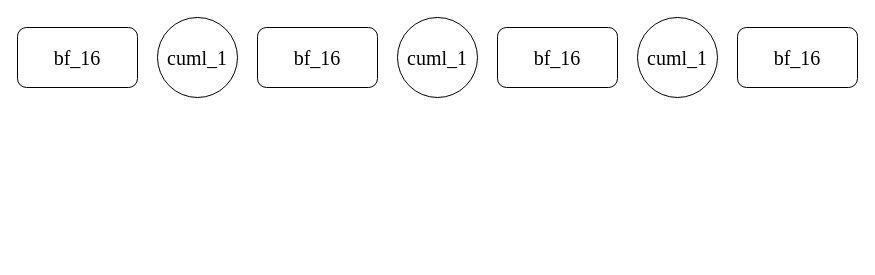
The draw.io diagram 未命名绘图.drawio in ALpht/16_FFT, before the edit. Source tidied: cells renumbered, new cells numbered last; positions are measured from the earlier drawing's top-left corner, leaving out a move shared by most shapes. Both pictures are drawn from the tidied source at 100%, with x=0, y=0 at pixel (17, 17).
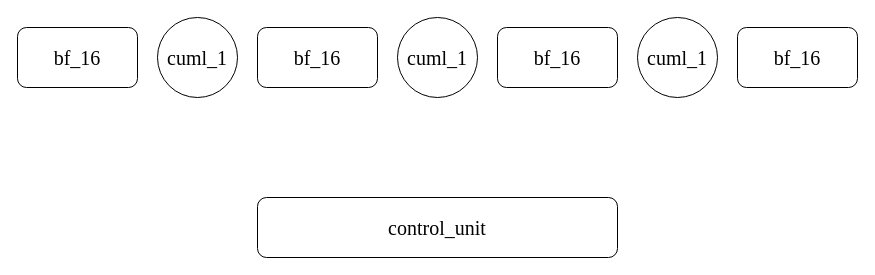
The same page after the edit.

Change to the diagram source:
```diff
@@
 <mxGraphModel>
   <root>
     <mxCell id="0" />
     <mxCell id="1" parent="0" />
     <mxCell id="2" value="&lt;font style=&quot;font-size: 20px;&quot; face=&quot;Times New Roman&quot;&gt;bf_16&lt;/font&gt;" style="rounded=1;whiteSpace=wrap;html=1;" parent="1" vertex="1">
       <mxGeometry x="240" y="10" width="120" height="60" as="geometry" />
     </mxCell>
     <mxCell id="3" value="&lt;font style=&quot;font-size: 20px;&quot; face=&quot;Times New Roman&quot;&gt;bf_16&lt;/font&gt;" style="rounded=1;whiteSpace=wrap;html=1;" parent="1" vertex="1">
       <mxGeometry x="480" y="10" width="120" height="60" as="geometry" />
     </mxCell>
     <mxCell id="4" value="&lt;font style=&quot;font-size: 20px;&quot; face=&quot;Times New Roman&quot;&gt;bf_16&lt;/font&gt;" style="rounded=1;whiteSpace=wrap;html=1;" parent="1" vertex="1">
       <mxGeometry x="720" y="10" width="120" height="60" as="geometry" />
     </mxCell>
     <mxCell id="5" value="&lt;font style=&quot;font-size: 20px;&quot; face=&quot;Times New Roman&quot;&gt;bf_16&lt;/font&gt;" style="rounded=1;whiteSpace=wrap;html=1;" parent="1" vertex="1">
       <mxGeometry y="10" width="120" height="60" as="geometry" />
     </mxCell>
     <mxCell id="6" value="&lt;font style=&quot;font-size: 20px;&quot; face=&quot;Times New Roman&quot;&gt;cuml_1&lt;/font&gt;" style="ellipse;whiteSpace=wrap;html=1;" parent="1" vertex="1">
       <mxGeometry x="140" width="80" height="80" as="geometry" />
     </mxCell>
     <mxCell id="7" value="&lt;font style=&quot;font-size: 20px;&quot; face=&quot;Times New Roman&quot;&gt;cuml_1&lt;/font&gt;" style="ellipse;whiteSpace=wrap;html=1;" parent="1" vertex="1">
       <mxGeometry x="380" width="80" height="80" as="geometry" />
     </mxCell>
     <mxCell id="8" value="&lt;font style=&quot;font-size: 20px;&quot; face=&quot;Times New Roman&quot;&gt;cuml_1&lt;/font&gt;" style="ellipse;whiteSpace=wrap;html=1;" parent="1" vertex="1">
       <mxGeometry x="620" width="80" height="80" as="geometry" />
     </mxCell>
+    <mxCell id="9" value="&lt;font style=&quot;font-size: 20px;&quot; face=&quot;Times New Roman&quot;&gt;control_unit&lt;/font&gt;" style="rounded=1;whiteSpace=wrap;html=1;" parent="1" vertex="1">
+      <mxGeometry x="240" y="180" width="360" height="60" as="geometry" />
+    </mxCell>
   </root>
 </mxGraphModel>
```
